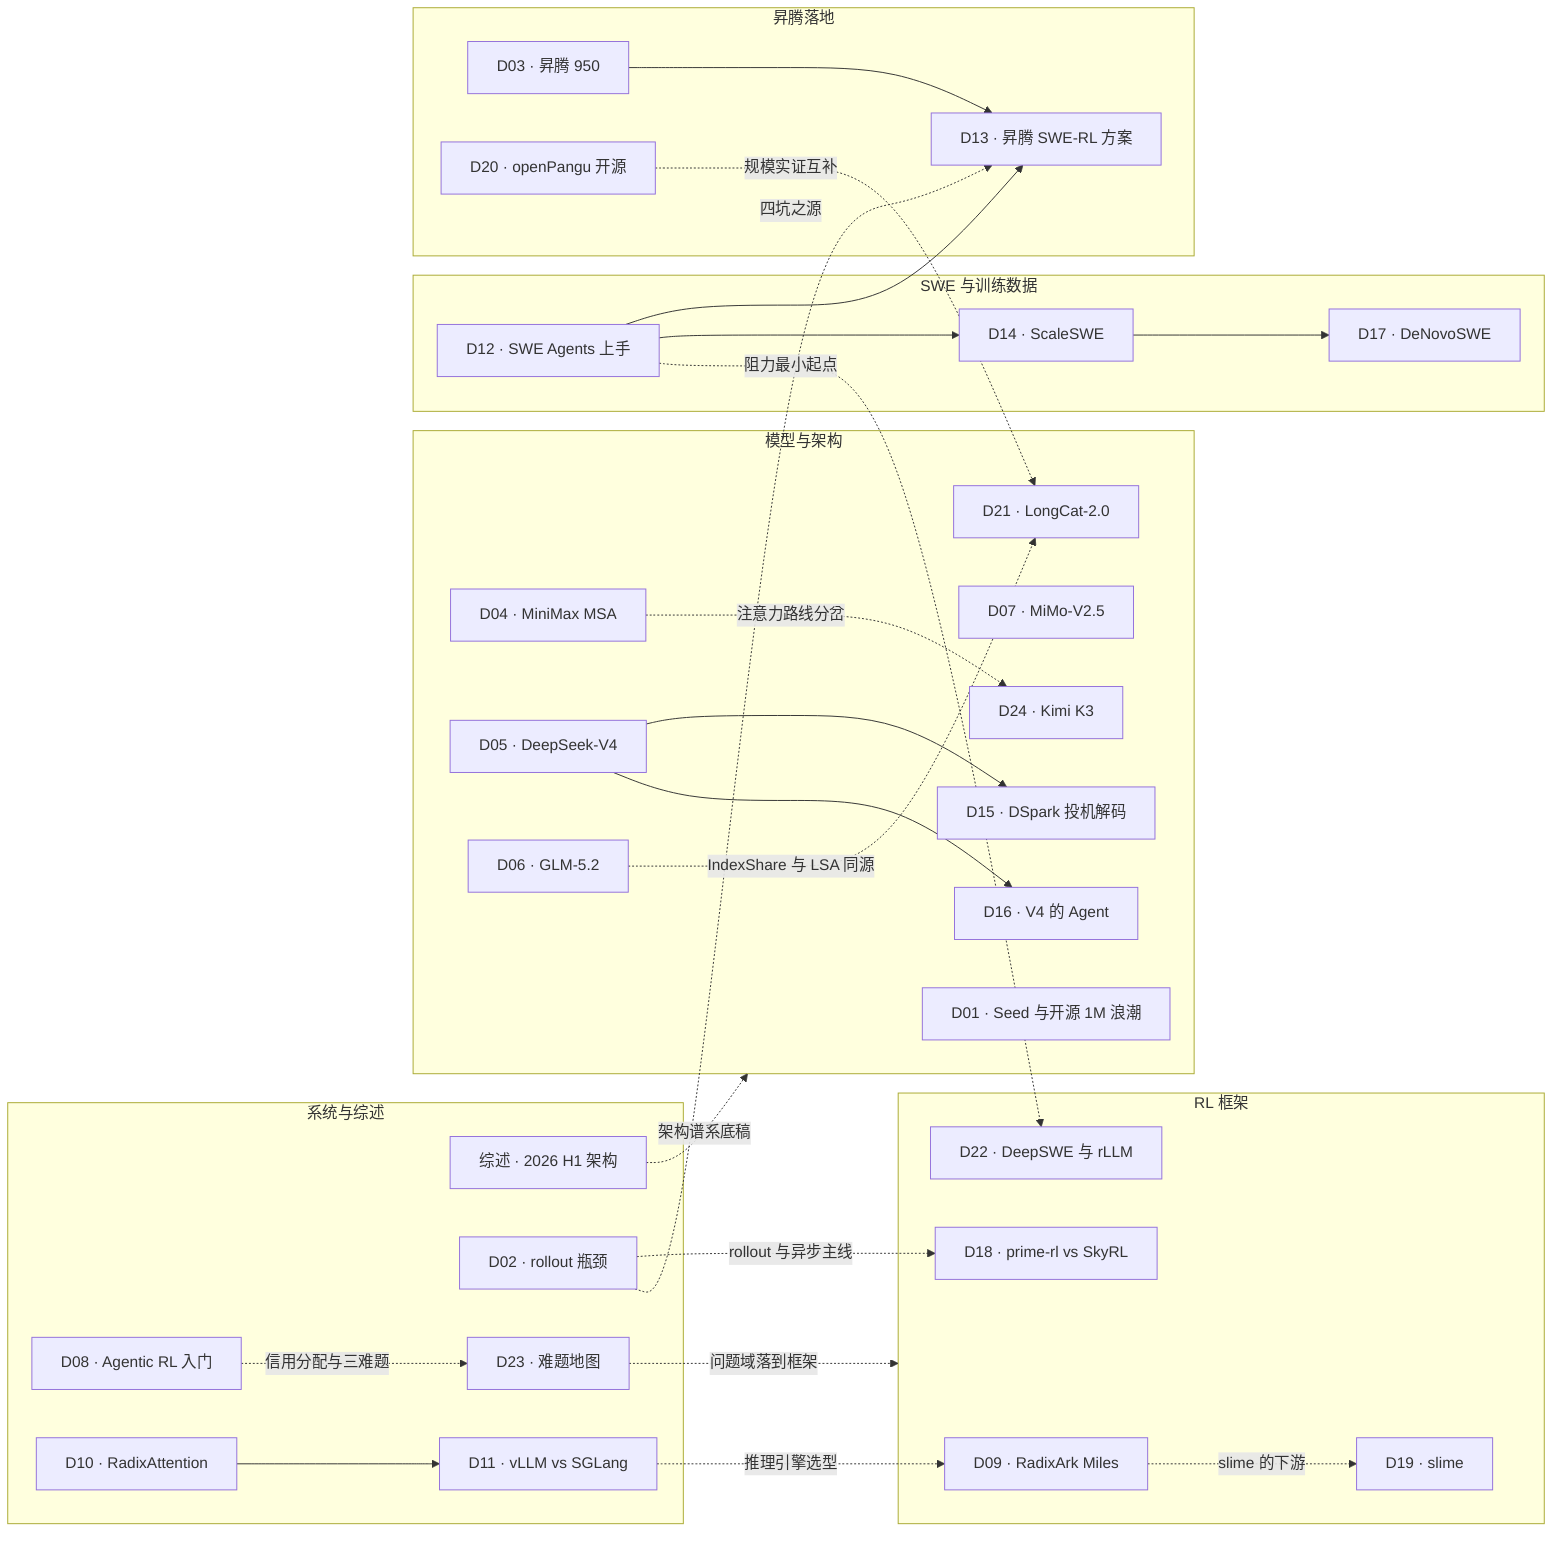
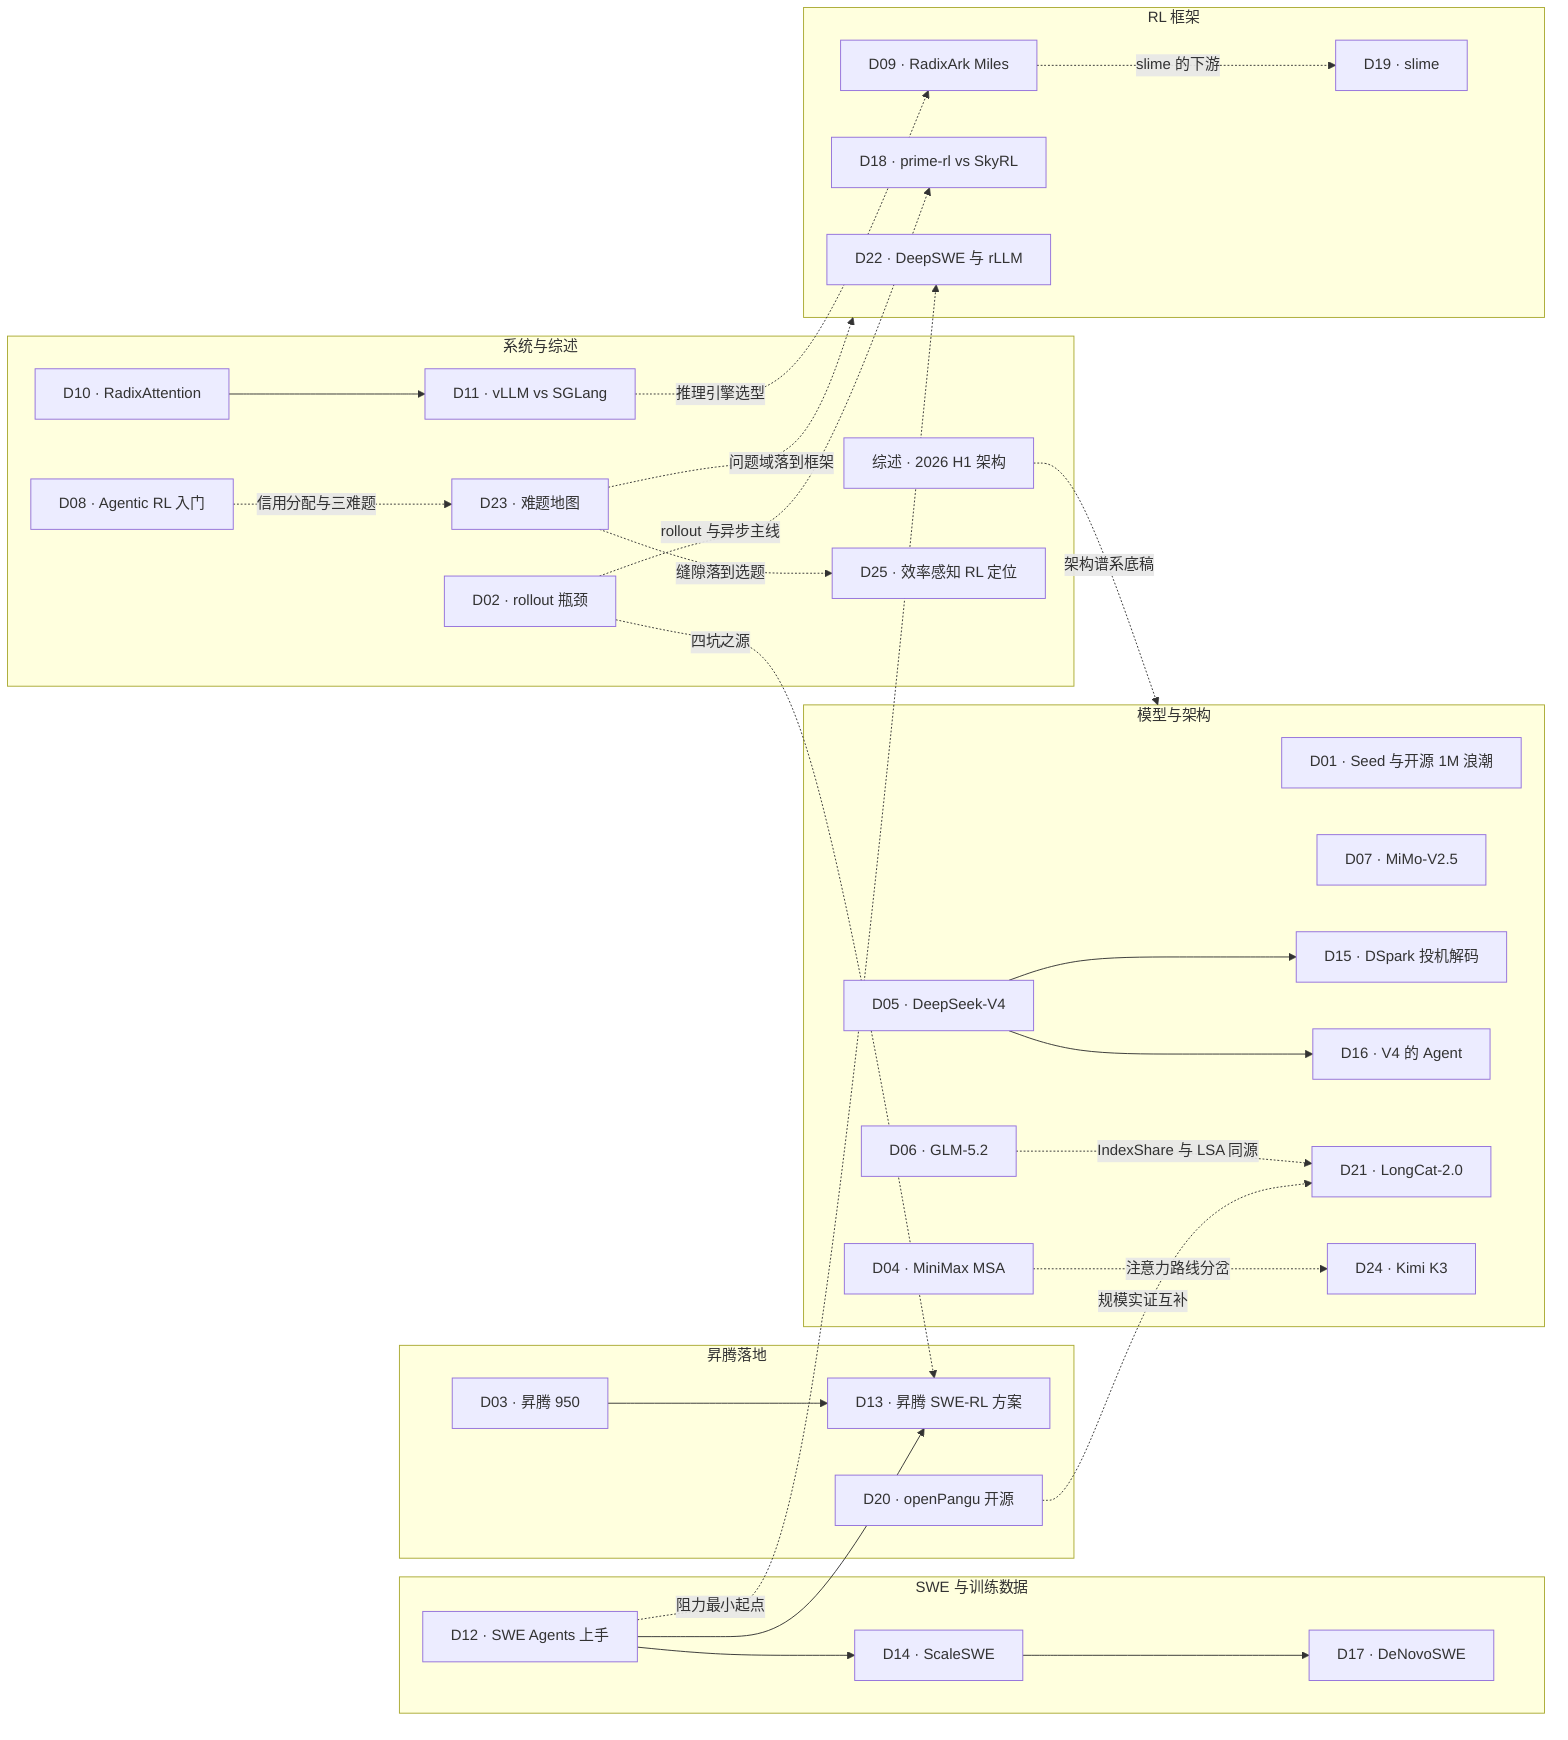
flowchart LR
    subgraph SYS ["系统与综述"]
        SUR["综述 · 2026 H1 架构"]
        N02["D02 · rollout 瓶颈"]
        N08["D08 · Agentic RL 入门"]
        N10["D10 · RadixAttention"]
        N11["D11 · vLLM vs SGLang"]
        N23["D23 · 难题地图"]
+         N25["D25 · 效率感知 RL 定位"]
    end
    subgraph MODEL ["模型与架构"]
        N01["D01 · Seed 与开源 1M 浪潮"]
        N04["D04 · MiniMax MSA"]
        N05["D05 · DeepSeek-V4"]
        N06["D06 · GLM-5.2"]
        N07["D07 · MiMo-V2.5"]
        N15["D15 · DSpark 投机解码"]
        N16["D16 · V4 的 Agent"]
        N21["D21 · LongCat-2.0"]
        N24["D24 · Kimi K3"]
    end
    subgraph SWE ["SWE 与训练数据"]
        N12["D12 · SWE Agents 上手"]
        N14["D14 · ScaleSWE"]
        N17["D17 · DeNovoSWE"]
    end
    subgraph FW ["RL 框架"]
        N09["D09 · RadixArk Miles"]
        N18["D18 · prime-rl vs SkyRL"]
        N19["D19 · slime"]
        N22["D22 · DeepSWE 与 rLLM"]
    end
    subgraph NPU ["昇腾落地"]
        N03["D03 · 昇腾 950"]
        N13["D13 · 昇腾 SWE-RL 方案"]
        N20["D20 · openPangu 开源"]
    end

    SUR -. "架构谱系底稿" .-> MODEL
    N02 -. "rollout 与异步主线" .-> N18
    N02 -. "四坑之源" .-> N13
    N08 -. "信用分配与三难题" .-> N23
+     N23 -. "缝隙落到选题" .-> N25
    N10 --> N11
    N11 -. "推理引擎选型" .-> N09
    N05 --> N15
    N05 --> N16
    N06 -. "IndexShare 与 LSA 同源" .-> N21
    N12 --> N13
    N12 --> N14
    N14 --> N17
    N12 -. "阻力最小起点" .-> N22
    N09 -. "slime 的下游" .-> N19
    N04 -. "注意力路线分岔" .-> N24
    N03 --> N13
    N20 -. "规模实证互补" .-> N21
    N23 -. "问题域落到框架" .-> FW
